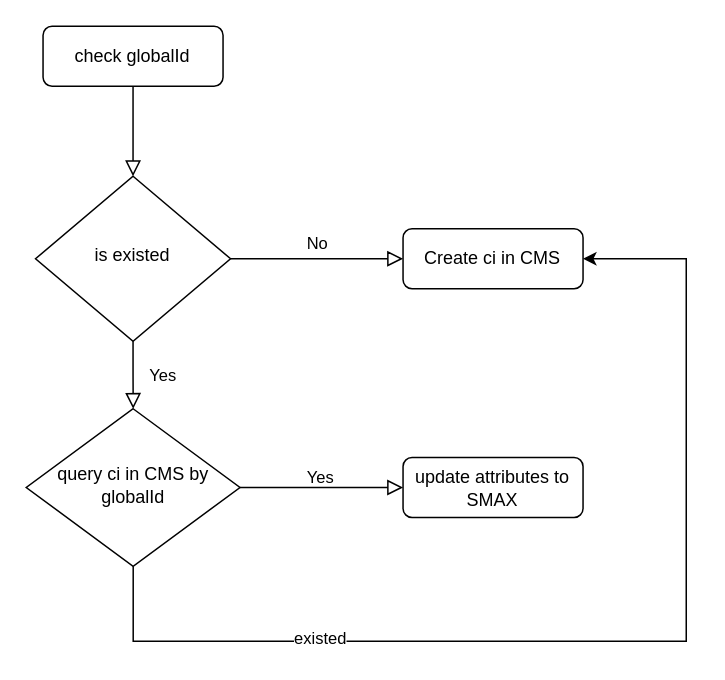
The draw.io diagram id check.drawio in Skylar-shanghai/diagrams, before the edit. Source tidied: cells renumbered, new cells numbered last; positions are measured from the earlier drawing's top-left corner, leaving out a move shared by most shapes. Both pictures are drawn from the tidied source at 150%, with x=0, y=0 at pixel (26, 26).
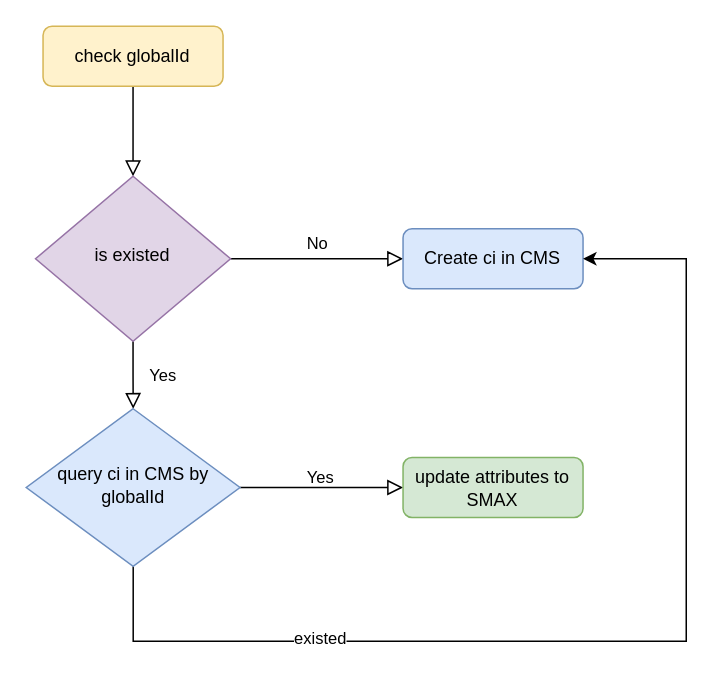
The same page after the edit.

What changed in the source:
```diff
@@
 <mxGraphModel>
   <root>
     <mxCell id="0" />
     <mxCell id="1" parent="0" />
     <mxCell id="2" style="rounded=0;html=1;jettySize=auto;fontSize=11;endArrow=block;endFill=0;endSize=8;strokeWidth=1;shadow=0;labelBackgroundColor=none;edgeStyle=orthogonalEdgeStyle;" parent="1" edge="1" source="3" target="6">
       <mxGeometry relative="1" as="geometry" />
     </mxCell>
-    <mxCell id="3" value="check globalId" style="rounded=1;whiteSpace=wrap;html=1;fontSize=12;glass=0;strokeWidth=1;shadow=0;" parent="1" vertex="1">
+    <mxCell id="3" value="check globalId" style="rounded=1;whiteSpace=wrap;html=1;fontSize=12;glass=0;strokeWidth=1;shadow=0;fillColor=#fff2cc;strokeColor=#d6b656;" parent="1" vertex="1">
       <mxGeometry x="11.2" width="120" height="40" as="geometry" />
     </mxCell>
     <mxCell id="4" value="Yes" style="rounded=0;html=1;jettySize=auto;fontSize=11;endArrow=block;endFill=0;endSize=8;strokeWidth=1;shadow=0;labelBackgroundColor=none;edgeStyle=orthogonalEdgeStyle;" parent="1" edge="1" source="6" target="11">
       <mxGeometry y="20" relative="1" as="geometry" />
     </mxCell>
     <mxCell id="5" value="No" style="edgeStyle=orthogonalEdgeStyle;rounded=0;html=1;jettySize=auto;fontSize=11;endArrow=block;endFill=0;endSize=8;strokeWidth=1;shadow=0;labelBackgroundColor=none;" parent="1" edge="1" source="6" target="7">
       <mxGeometry y="10" relative="1" as="geometry" />
     </mxCell>
-    <mxCell id="6" value="is existed" style="rhombus;whiteSpace=wrap;html=1;shadow=0;fontFamily=Helvetica;fontSize=12;align=center;strokeWidth=1;spacing=6;spacingTop=-4;" parent="1" vertex="1">
+    <mxCell id="6" value="is existed" style="rhombus;whiteSpace=wrap;html=1;shadow=0;fontFamily=Helvetica;fontSize=12;align=center;strokeWidth=1;spacing=6;spacingTop=-4;fillColor=#e1d5e7;strokeColor=#9673a6;" parent="1" vertex="1">
       <mxGeometry x="6.2" y="100" width="130" height="110" as="geometry" />
     </mxCell>
-    <mxCell id="7" value="Create ci in CMS" style="rounded=1;whiteSpace=wrap;html=1;fontSize=12;glass=0;strokeWidth=1;shadow=0;" parent="1" vertex="1">
+    <mxCell id="7" value="Create ci in CMS" style="rounded=1;whiteSpace=wrap;html=1;fontSize=12;glass=0;strokeWidth=1;shadow=0;fillColor=#dae8fc;strokeColor=#6c8ebf;" parent="1" vertex="1">
       <mxGeometry x="251.2" y="135" width="120" height="40" as="geometry" />
     </mxCell>
     <mxCell id="8" value="Yes" style="edgeStyle=orthogonalEdgeStyle;rounded=0;html=1;jettySize=auto;fontSize=11;endArrow=block;endFill=0;endSize=8;strokeWidth=1;shadow=0;labelBackgroundColor=none;" parent="1" edge="1" source="11" target="12">
       <mxGeometry x="-0.04" y="8" relative="1" as="geometry">
         <mxPoint x="1" y="1" as="offset" />
       </mxGeometry>
     </mxCell>
     <mxCell id="9" style="edgeStyle=orthogonalEdgeStyle;rounded=0;jettySize=auto;html=1;entryX=1;entryY=0.5;entryDx=0;entryDy=0;" parent="1" edge="1" source="11" target="7">
       <mxGeometry relative="1" as="geometry">
         <Array as="points">
           <mxPoint x="71" y="410" />
           <mxPoint x="440" y="410" />
           <mxPoint x="440" y="155" />
         </Array>
       </mxGeometry>
     </mxCell>
     <mxCell id="10" value="existed" style="edgeLabel;html=1;align=center;verticalAlign=middle;" parent="9" vertex="1">
       <mxGeometry x="-0.53" y="3" relative="1" as="geometry" />
     </mxCell>
-    <mxCell id="11" value="query ci in CMS by globalId" style="rhombus;whiteSpace=wrap;html=1;shadow=0;fontFamily=Helvetica;fontSize=12;align=center;strokeWidth=1;spacing=6;spacingTop=-4;" parent="1" vertex="1">
+    <mxCell id="11" value="query ci in CMS by globalId" style="rhombus;whiteSpace=wrap;html=1;shadow=0;fontFamily=Helvetica;fontSize=12;align=center;strokeWidth=1;spacing=6;spacingTop=-4;fillColor=#dae8fc;strokeColor=#6c8ebf;" parent="1" vertex="1">
       <mxGeometry y="255" width="142.5" height="105" as="geometry" />
     </mxCell>
-    <mxCell id="12" value="update attributes to SMAX" style="rounded=1;whiteSpace=wrap;html=1;fontSize=12;glass=0;strokeWidth=1;shadow=0;" parent="1" vertex="1">
+    <mxCell id="12" value="update attributes to SMAX" style="rounded=1;whiteSpace=wrap;html=1;fontSize=12;glass=0;strokeWidth=1;shadow=0;fillColor=#d5e8d4;strokeColor=#82b366;" parent="1" vertex="1">
       <mxGeometry x="251.2" y="287.5" width="120" height="40" as="geometry" />
     </mxCell>
   </root>
 </mxGraphModel>
```
